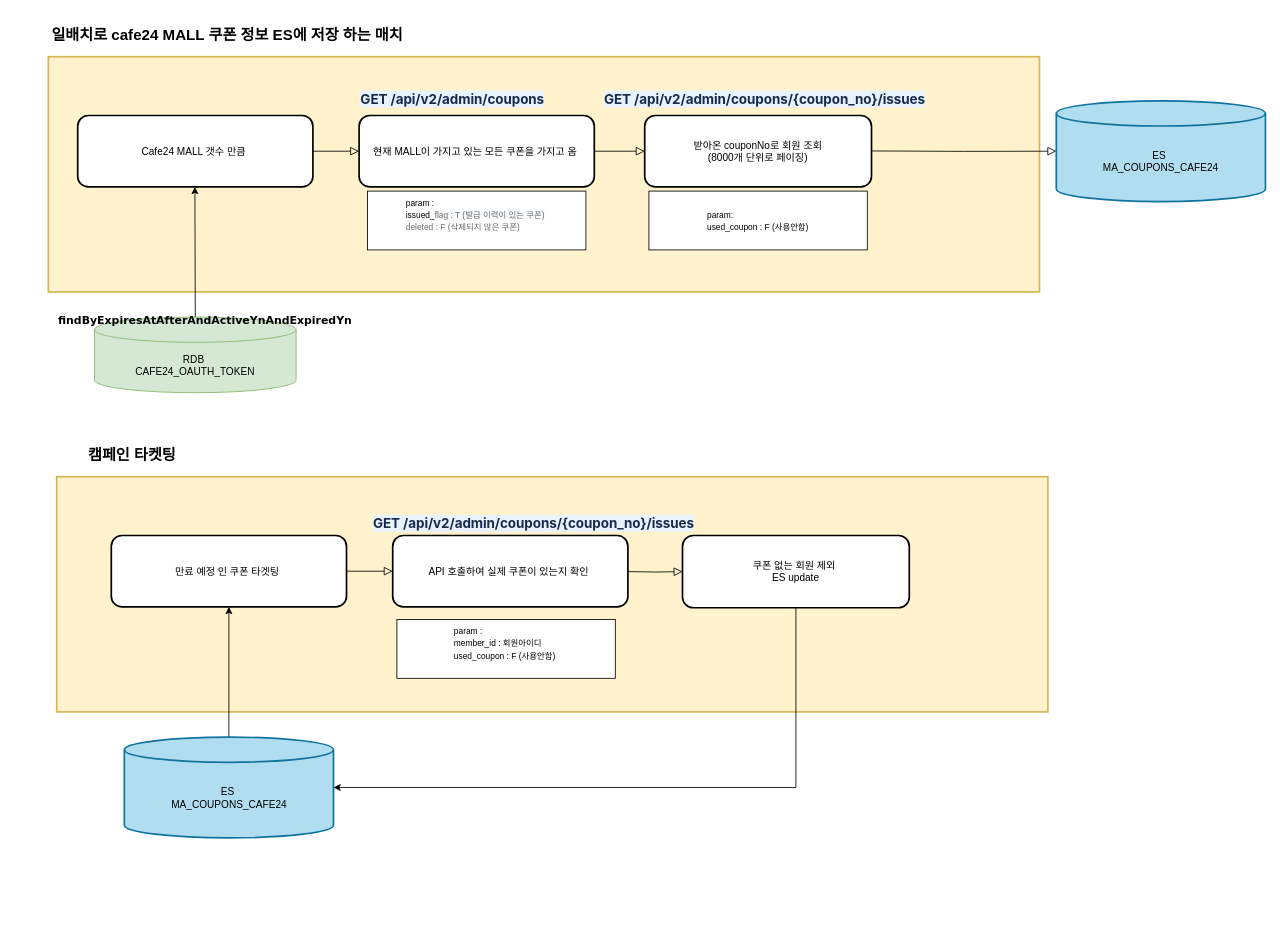
Earlier version of the draw.io diagram 쿠폰연계.drawio (jaero0725/draw_io). Source tidied: cells renumbered, new cells numbered last; positions are measured from the earlier drawing's top-left corner, leaving out a move shared by most shapes. Both pictures are drawn from the tidied source at 84%, with x=0, y=0 at pixel (14, 14).
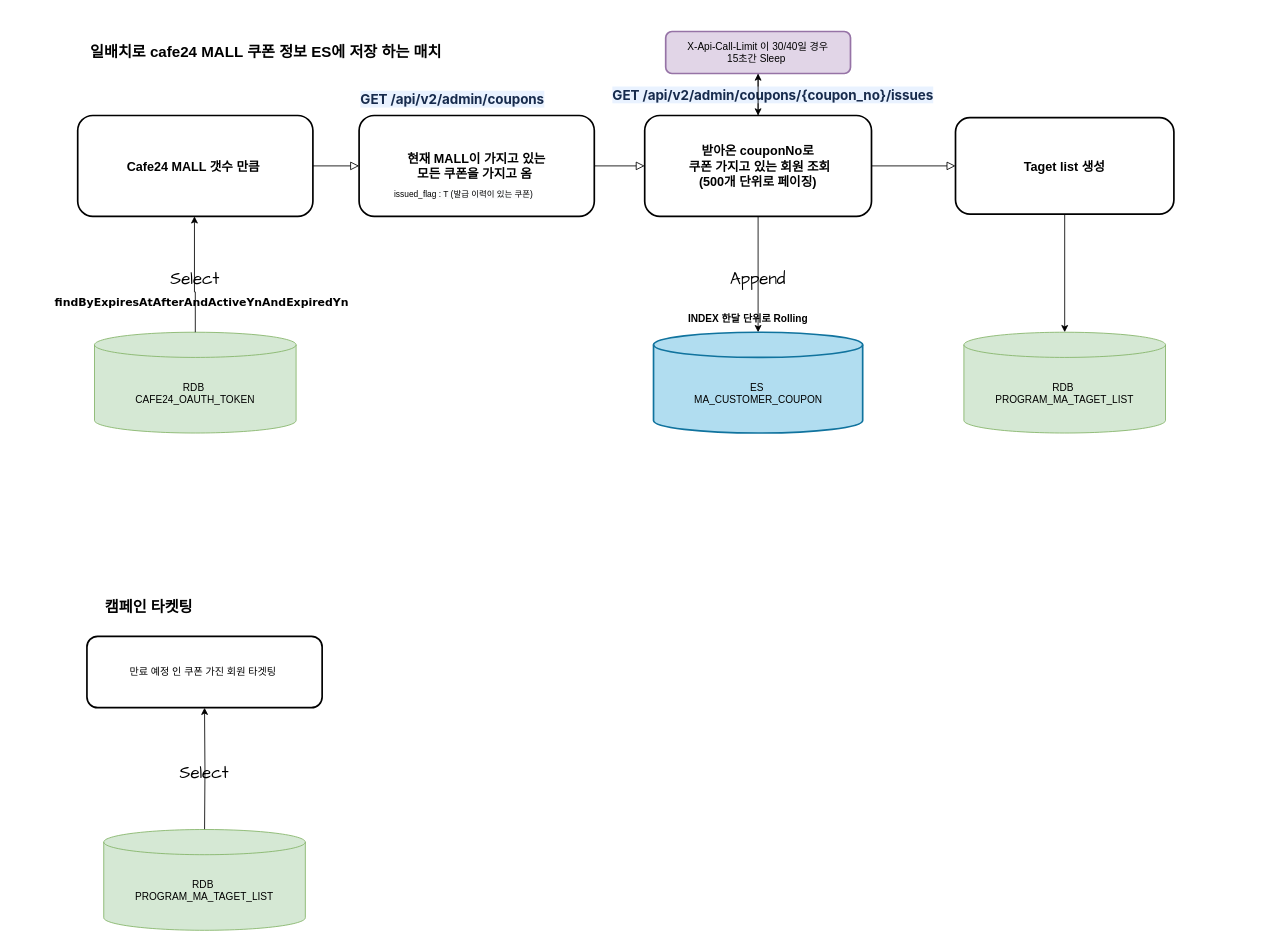
The same diagram, later.

Commit message:
쿠폰연계.drawio 업데이트

What changed in the source:
```diff
@@
-    <mxCell id="2" style="rounded=0;whiteSpace=wrap;html=1;strokeWidth=2;labelBackgroundColor=none;fillColor=#fff2cc;strokeColor=#d6b656;" parent="1" vertex="1">
-      <mxGeometry x="40" y="50" width="1180" height="280" as="geometry" />
-    </mxCell>
-    <mxCell id="3" value="&lt;div style=&quot;text-align: left;&quot;&gt;&lt;font style=&quot;font-size: 10px;&quot;&gt;&lt;span style=&quot;background-color: initial;&quot;&gt;param :&amp;nbsp;&lt;/span&gt;&lt;/font&gt;&lt;/div&gt;&lt;div style=&quot;text-align: left;&quot;&gt;&lt;font style=&quot;font-size: 10px;&quot;&gt;&lt;span style=&quot;background-color: initial;&quot;&gt;issued_&lt;/span&gt;&lt;wbr style=&quot;background-color: initial; box-sizing: border-box; color: rgb(104, 107, 109);&quot;&gt;&lt;span style=&quot;color: rgb(104, 107, 109); background-color: rgb(251, 252, 253);&quot;&gt;flag : T (발급 이력이 있는 쿠폰)&amp;nbsp;&lt;/span&gt;&lt;/font&gt;&lt;/div&gt;&lt;span style=&quot;color: rgb(104, 107, 109); background-color: rgb(251, 252, 253);&quot;&gt;&lt;div style=&quot;text-align: left;&quot;&gt;&lt;font style=&quot;font-size: 10px;&quot;&gt;deleted : F (삭제되지 않은 쿠폰)&lt;/font&gt;&lt;/div&gt;&lt;div style=&quot;text-align: left;&quot;&gt;&lt;br&gt;&lt;/div&gt;&lt;/span&gt;" style="rounded=0;whiteSpace=wrap;html=1;" parent="1" vertex="1">
-      <mxGeometry x="420" y="210" width="260" height="70" as="geometry" />
-    </mxCell>
-    <mxCell id="4" style="rounded=0;html=1;jettySize=auto;fontSize=11;endArrow=block;endFill=0;endSize=8;strokeWidth=1;shadow=0;labelBackgroundColor=none;edgeStyle=orthogonalEdgeStyle;fontColor=default;exitX=1;exitY=0.5;exitDx=0;exitDy=0;entryX=0;entryY=0.5;entryDx=0;entryDy=0;" parent="1" edge="1" source="5" target="6">
-      <mxGeometry relative="1" as="geometry" />
-    </mxCell>
+    <mxCell id="30" style="rounded=0;html=1;jettySize=auto;fontSize=11;endArrow=block;endFill=0;endSize=8;strokeWidth=1;shadow=0;labelBackgroundColor=none;edgeStyle=orthogonalEdgeStyle;fontColor=default;exitX=1;exitY=0.5;exitDx=0;exitDy=0;entryX=0;entryY=0.5;entryDx=0;entryDy=0;" parent="1" edge="1" source="5" target="32">
+      <mxGeometry relative="1" as="geometry" />
+    </mxCell>
-    <mxCell id="5" value="현재 MALL이 가지고 있는 모든 쿠폰을 가지고 옴&amp;nbsp;" style="rounded=1;whiteSpace=wrap;html=1;fontSize=12;glass=0;strokeWidth=2;shadow=0;labelBackgroundColor=none;" parent="1" vertex="1">
-      <mxGeometry x="410" y="120" width="280" height="85" as="geometry" />
+    <mxCell id="5" value="&lt;b style=&quot;font-size: 15px;&quot;&gt;현재 MALL이 가지고 있는 &lt;br style=&quot;font-size: 15px;&quot;&gt;모든 쿠폰을 가지고 옴&amp;nbsp;&lt;/b&gt;" style="rounded=1;whiteSpace=wrap;html=1;fontSize=15;glass=0;strokeWidth=2;shadow=0;labelBackgroundColor=none;" parent="1" vertex="1">
+      <mxGeometry x="410" y="120" width="280" height="120" as="geometry" />
     </mxCell>
-    <mxCell id="6" value="받아온 couponNo로 회원 조회&lt;br&gt;&amp;nbsp;(8000개 단위로 페이징)&amp;nbsp;" style="rounded=1;whiteSpace=wrap;html=1;fontSize=12;glass=0;strokeWidth=2;shadow=0;labelBackgroundColor=none;" parent="1" vertex="1">
-      <mxGeometry x="750" y="120" width="270" height="85" as="geometry" />
-    </mxCell>
-    <mxCell id="7" value="&lt;strong style=&quot;color: rgb(23, 43, 77); font-family: -apple-system, BlinkMacSystemFont, &amp;quot;Segoe UI&amp;quot;, Roboto, Oxygen, Ubuntu, &amp;quot;Fira Sans&amp;quot;, &amp;quot;Droid Sans&amp;quot;, &amp;quot;Helvetica Neue&amp;quot;, sans-serif; font-size: 16px; font-style: normal; font-variant-ligatures: normal; font-variant-caps: normal; letter-spacing: -0.08px; orphans: 2; text-align: start; text-indent: 0px; text-transform: none; widows: 2; word-spacing: 0px; -webkit-text-stroke-width: 0px; background-color: rgb(233, 242, 255); text-decoration-thickness: initial; text-decoration-style: initial; text-decoration-color: initial;&quot;&gt;GET /api/v2/admin/coupons/{coupon_no}/issues&lt;/strong&gt;" style="text;whiteSpace=wrap;html=1;" parent="1" vertex="1">
-      <mxGeometry x="700" y="85" width="400" height="50" as="geometry" />
-    </mxCell>
+    <mxCell id="31" style="edgeStyle=orthogonalEdgeStyle;rounded=0;jettySize=auto;html=1;" parent="1" edge="1" source="32" target="49">
+      <mxGeometry relative="1" as="geometry" />
+    </mxCell>
+    <mxCell id="32" value="&lt;b style=&quot;font-size: 15px;&quot;&gt;받아온 couponNo로&lt;br style=&quot;font-size: 15px;&quot;&gt;&amp;nbsp;쿠폰 가지고 있는 회원 조회&lt;br style=&quot;font-size: 15px;&quot;&gt;&amp;nbsp;(500개 단위로 페이징)&amp;nbsp;&lt;/b&gt;" style="rounded=1;whiteSpace=wrap;html=1;fontSize=15;glass=0;strokeWidth=2;shadow=0;labelBackgroundColor=none;" parent="1" vertex="1">
+      <mxGeometry x="750" y="120" width="270" height="120" as="geometry" />
+    </mxCell>
+    <mxCell id="33" value="&lt;strong style=&quot;color: rgb(23, 43, 77); font-family: -apple-system, BlinkMacSystemFont, &amp;quot;Segoe UI&amp;quot;, Roboto, Oxygen, Ubuntu, &amp;quot;Fira Sans&amp;quot;, &amp;quot;Droid Sans&amp;quot;, &amp;quot;Helvetica Neue&amp;quot;, sans-serif; font-size: 16px; font-style: normal; font-variant-ligatures: normal; font-variant-caps: normal; letter-spacing: -0.08px; orphans: 2; text-align: start; text-indent: 0px; text-transform: none; widows: 2; word-spacing: 0px; -webkit-text-stroke-width: 0px; background-color: rgb(233, 242, 255); text-decoration-thickness: initial; text-decoration-style: initial; text-decoration-color: initial;&quot;&gt;GET /api/v2/admin/coupons/{coupon_no}/issues&lt;/strong&gt;" style="text;whiteSpace=wrap;html=1;" parent="1" vertex="1">
+      <mxGeometry x="710" y="80" width="400" height="50" as="geometry" />
+    </mxCell>
@@
-    <mxCell id="9" value="&lt;div style=&quot;text-align: left;&quot;&gt;&lt;span style=&quot;font-size: 10px;&quot;&gt;param:&lt;/span&gt;&lt;/div&gt;&lt;div style=&quot;text-align: left;&quot;&gt;&lt;span style=&quot;font-size: 10px;&quot;&gt;used_coupon : F (사용안함)&lt;/span&gt;&lt;/div&gt;" style="rounded=0;whiteSpace=wrap;html=1;" parent="1" vertex="1">
-      <mxGeometry x="755" y="210" width="260" height="70" as="geometry" />
-    </mxCell>
-    <mxCell id="10" value="ES&amp;nbsp;&lt;br&gt;MA_COUPONS_CAFE24" style="shape=cylinder3;whiteSpace=wrap;html=1;boundedLbl=1;backgroundOutline=1;size=15;strokeWidth=2;labelBackgroundColor=none;fillColor=#b1ddf0;strokeColor=#10739e;" parent="1" vertex="1">
-      <mxGeometry x="1240" y="102.5" width="249" height="120" as="geometry" />
-    </mxCell>
+    <mxCell id="34" value="ES&amp;nbsp;&lt;br&gt;MA_CUSTOMER_COUPON" style="shape=cylinder3;whiteSpace=wrap;html=1;boundedLbl=1;backgroundOutline=1;size=15;strokeWidth=2;labelBackgroundColor=none;fillColor=#b1ddf0;strokeColor=#10739e;" parent="1" vertex="1">
+      <mxGeometry x="760.5" y="378" width="249" height="120" as="geometry" />
+    </mxCell>
-    <mxCell id="11" value="Cafe24 MALL 갯수 만큼&amp;nbsp;" style="rounded=1;whiteSpace=wrap;html=1;fontSize=12;glass=0;strokeWidth=2;shadow=0;labelBackgroundColor=none;" parent="1" vertex="1">
-      <mxGeometry x="75" y="120" width="280" height="85" as="geometry" />
+    <mxCell id="11" value="&lt;b style=&quot;font-size: 15px;&quot;&gt;Cafe24 MALL 갯수 만큼&amp;nbsp;&lt;/b&gt;" style="rounded=1;whiteSpace=wrap;html=1;fontSize=15;glass=0;strokeWidth=2;shadow=0;labelBackgroundColor=none;" parent="1" vertex="1">
+      <mxGeometry x="75" y="120" width="280" height="120" as="geometry" />
     </mxCell>
@@
-    <mxCell id="13" style="rounded=0;html=1;jettySize=auto;fontSize=11;endArrow=block;endFill=0;endSize=8;strokeWidth=1;shadow=0;labelBackgroundColor=none;edgeStyle=orthogonalEdgeStyle;fontColor=default;exitX=1;exitY=0.5;exitDx=0;exitDy=0;entryX=0;entryY=0.5;entryDx=0;entryDy=0;entryPerimeter=0;" parent="1" edge="1" target="10">
-      <mxGeometry relative="1" as="geometry">
-        <mxPoint x="1020" y="162.2" as="sourcePoint" />
-      </mxGeometry>
-    </mxCell>
     <mxCell id="14" value="&lt;b&gt;&lt;font style=&quot;font-size: 18px;&quot;&gt;일배치로 cafe24 MALL 쿠폰 정보 ES에 저장 하는 매치&lt;/font&gt;&amp;nbsp;&lt;/b&gt;" style="text;strokeColor=none;align=center;fillColor=none;html=1;verticalAlign=middle;whiteSpace=wrap;rounded=0;" parent="1" vertex="1">
-      <mxGeometry width="510" height="50" as="geometry" />
+      <mxGeometry x="46" y="20" width="510" height="50" as="geometry" />
     </mxCell>
     <mxCell id="15" value="&lt;span style=&quot;font-size: 18px;&quot;&gt;&lt;b&gt;캠페인 타켓팅&lt;br&gt;&lt;/b&gt;&lt;/span&gt;" style="text;strokeColor=none;align=center;fillColor=none;html=1;verticalAlign=middle;whiteSpace=wrap;rounded=0;" parent="1" vertex="1">
-      <mxGeometry x="40" y="500" width="200" height="50" as="geometry" />
+      <mxGeometry x="60" y="680" width="200" height="50" as="geometry" />
     </mxCell>
-    <mxCell id="16" style="rounded=0;whiteSpace=wrap;html=1;strokeWidth=2;labelBackgroundColor=none;fillColor=#fff2cc;strokeColor=#d6b656;" parent="1" vertex="1">
-      <mxGeometry x="50" y="550" width="1180" height="280" as="geometry" />
-    </mxCell>
-    <mxCell id="17" style="edgeStyle=orthogonalEdgeStyle;rounded=0;jettySize=auto;html=1;entryX=0.5;entryY=1;entryDx=0;entryDy=0;" parent="1" edge="1" source="18" target="19">
-      <mxGeometry relative="1" as="geometry" />
-    </mxCell>
-    <mxCell id="18" value="ES&amp;nbsp;&lt;br&gt;MA_COUPONS_CAFE24" style="shape=cylinder3;whiteSpace=wrap;html=1;boundedLbl=1;backgroundOutline=1;size=15;strokeWidth=2;labelBackgroundColor=none;fillColor=#b1ddf0;strokeColor=#10739e;" parent="1" vertex="1">
-      <mxGeometry x="130.5" y="860" width="249" height="120" as="geometry" />
-    </mxCell>
-    <mxCell id="19" value="만료 예정 인 쿠폰 타겟팅&amp;nbsp;" style="rounded=1;whiteSpace=wrap;html=1;fontSize=12;glass=0;strokeWidth=2;shadow=0;labelBackgroundColor=none;" parent="1" vertex="1">
-      <mxGeometry x="115" y="620" width="280" height="85" as="geometry" />
-    </mxCell>
-    <mxCell id="20" value="API 호출하여 실제 쿠폰이 있는지 확인&amp;nbsp;" style="rounded=1;whiteSpace=wrap;html=1;fontSize=12;glass=0;strokeWidth=2;shadow=0;labelBackgroundColor=none;" parent="1" vertex="1">
-      <mxGeometry x="450" y="620" width="280" height="85" as="geometry" />
-    </mxCell>
-    <mxCell id="21" style="rounded=0;html=1;jettySize=auto;fontSize=11;endArrow=block;endFill=0;endSize=8;strokeWidth=1;shadow=0;labelBackgroundColor=none;edgeStyle=orthogonalEdgeStyle;fontColor=default;exitX=1;exitY=0.5;exitDx=0;exitDy=0;entryX=0;entryY=0.5;entryDx=0;entryDy=0;" parent="1" edge="1" source="19" target="20">
-      <mxGeometry relative="1" as="geometry" />
-    </mxCell>
-    <mxCell id="22" value="&lt;div style=&quot;text-align: left;&quot;&gt;&lt;font style=&quot;font-size: 10px;&quot;&gt;&lt;span style=&quot;background-color: initial;&quot;&gt;param :&amp;nbsp;&lt;/span&gt;&lt;/font&gt;&lt;/div&gt;&lt;div style=&quot;text-align: left;&quot;&gt;&lt;span style=&quot;font-size: 10px;&quot;&gt;member_id : 회원아이디&lt;/span&gt;&lt;/div&gt;&lt;div style=&quot;text-align: left;&quot;&gt;&lt;span style=&quot;font-size: 10px;&quot;&gt;used_coupon : F (사용안함)&amp;nbsp;&lt;/span&gt;&lt;/div&gt;&lt;span style=&quot;color: rgb(104, 107, 109); background-color: rgb(251, 252, 253);&quot;&gt;&lt;div style=&quot;text-align: left;&quot;&gt;&lt;br&gt;&lt;/div&gt;&lt;/span&gt;" style="rounded=0;whiteSpace=wrap;html=1;" parent="1" vertex="1">
-      <mxGeometry x="455" y="720" width="260" height="70" as="geometry" />
-    </mxCell>
-    <mxCell id="23" value="&lt;strong style=&quot;color: rgb(23, 43, 77); font-family: -apple-system, BlinkMacSystemFont, &amp;quot;Segoe UI&amp;quot;, Roboto, Oxygen, Ubuntu, &amp;quot;Fira Sans&amp;quot;, &amp;quot;Droid Sans&amp;quot;, &amp;quot;Helvetica Neue&amp;quot;, sans-serif; font-size: 16px; font-style: normal; font-variant-ligatures: normal; font-variant-caps: normal; letter-spacing: -0.08px; orphans: 2; text-align: start; text-indent: 0px; text-transform: none; widows: 2; word-spacing: 0px; -webkit-text-stroke-width: 0px; background-color: rgb(233, 242, 255); text-decoration-thickness: initial; text-decoration-style: initial; text-decoration-color: initial;&quot;&gt;GET /api/v2/admin/coupons/{coupon_no}/issues&lt;/strong&gt;" style="text;whiteSpace=wrap;html=1;" parent="1" vertex="1">
-      <mxGeometry x="425" y="590" width="400" height="50" as="geometry" />
-    </mxCell>
-    <mxCell id="24" style="rounded=0;html=1;jettySize=auto;fontSize=11;endArrow=block;endFill=0;endSize=8;strokeWidth=1;shadow=0;labelBackgroundColor=none;edgeStyle=orthogonalEdgeStyle;fontColor=default;exitX=1;exitY=0.5;exitDx=0;exitDy=0;entryX=0;entryY=0.5;entryDx=0;entryDy=0;" parent="1" edge="1" target="25">
-      <mxGeometry relative="1" as="geometry">
-        <mxPoint x="730" y="663" as="sourcePoint" />
-      </mxGeometry>
-    </mxCell>
-    <mxCell id="25" value="쿠폰 없는 회원 제외&amp;nbsp;&lt;br&gt;ES update" style="rounded=1;whiteSpace=wrap;html=1;fontSize=12;glass=0;strokeWidth=2;shadow=0;labelBackgroundColor=none;" parent="1" vertex="1">
-      <mxGeometry x="795" y="620" width="270" height="86" as="geometry" />
-    </mxCell>
-    <mxCell id="26" style="endArrow=classic;html=1;rounded=0;exitX=0.5;exitY=1;exitDx=0;exitDy=0;entryX=1;entryY=0.5;entryDx=0;entryDy=0;entryPerimeter=0;" parent="1" edge="1" source="25" target="18">
-      <mxGeometry relative="1" as="geometry">
-        <Array as="points">
-          <mxPoint x="930" y="920" />
-        </Array>
-      </mxGeometry>
-    </mxCell>
+    <mxCell id="35" style="edgeStyle=orthogonalEdgeStyle;rounded=0;jettySize=auto;html=1;entryX=0.5;entryY=1;entryDx=0;entryDy=0;" parent="1" edge="1" target="36">
+      <mxGeometry relative="1" as="geometry">
+        <mxPoint x="226" y="976" as="sourcePoint" />
+      </mxGeometry>
+    </mxCell>
+    <mxCell id="36" value="만료 예정 인 쿠폰 가진 회원 타겟팅&amp;nbsp;" style="rounded=1;whiteSpace=wrap;html=1;fontSize=12;glass=0;strokeWidth=2;shadow=0;labelBackgroundColor=none;" parent="1" vertex="1">
+      <mxGeometry x="86" y="740" width="280" height="85" as="geometry" />
+    </mxCell>
     <mxCell id="27" value="RDB&amp;nbsp;&lt;br&gt;CAFE24_OAUTH_TOKEN" style="shape=cylinder3;whiteSpace=wrap;html=1;boundedLbl=1;backgroundOutline=1;size=15;fillColor=#d5e8d4;strokeColor=#82b366;" parent="1" vertex="1">
-      <mxGeometry x="95" y="360" width="240" height="90" as="geometry" />
+      <mxGeometry x="95" y="378" width="240" height="120" as="geometry" />
     </mxCell>
-    <mxCell id="28" style="edgeStyle=orthogonalEdgeStyle;rounded=0;jettySize=auto;html=1;entryX=0.5;entryY=1;entryDx=0;entryDy=0;exitX=0.5;exitY=0;exitDx=0;exitDy=0;exitPerimeter=0;" parent="1" edge="1" source="27">
-      <mxGeometry relative="1" as="geometry">
-        <mxPoint x="214.5" y="205" as="targetPoint" />
-      </mxGeometry>
-    </mxCell>
+    <mxCell id="37" style="edgeStyle=orthogonalEdgeStyle;rounded=0;jettySize=auto;html=1;exitX=0.5;exitY=0;exitDx=0;exitDy=0;exitPerimeter=0;" parent="1" edge="1" source="27">
+      <mxGeometry relative="1" as="geometry">
+        <mxPoint x="214" y="240" as="targetPoint" />
+        <Array as="points">
+          <mxPoint x="215" y="330" />
+        </Array>
+      </mxGeometry>
+    </mxCell>
     <mxCell id="29" value="&lt;div style=&quot;font-size: 13px;&quot;&gt;&lt;span style=&quot;font-size: 13px;&quot;&gt;findByExpiresAtAfterAndActiveYnAndExpiredYn&lt;/span&gt;&lt;/div&gt;" style="text;whiteSpace=wrap;html=1;fontStyle=1;fontSize=13;fontFamily=Verdana;labelBackgroundColor=none;" parent="1" vertex="1">
-      <mxGeometry x="50" y="350" width="320" height="40" as="geometry" />
+      <mxGeometry x="46" y="328" width="320" height="40" as="geometry" />
     </mxCell>
+    <mxCell id="38" value="Append" style="whiteSpace=wrap;html=1;sketch=1;hachureGap=4;jiggle=2;curveFitting=1;fontFamily=Architects Daughter;fontSize=20;strokeColor=none;fillColor=none;" parent="1" vertex="1">
+      <mxGeometry x="793" y="300" width="184" height="28" as="geometry" />
+    </mxCell>
+    <mxCell id="39" value="Select" style="whiteSpace=wrap;html=1;sketch=1;hachureGap=4;jiggle=2;curveFitting=1;fontFamily=Architects Daughter;fontSize=20;strokeColor=none;fillColor=none;" parent="1" vertex="1">
+      <mxGeometry x="155" y="300" width="120" height="28" as="geometry" />
+    </mxCell>
+    <mxCell id="40" value="Select" style="whiteSpace=wrap;html=1;sketch=1;hachureGap=4;jiggle=2;curveFitting=1;fontFamily=Architects Daughter;fontSize=20;strokeColor=none;fillColor=none;" parent="1" vertex="1">
+      <mxGeometry x="166" y="888" width="120" height="28" as="geometry" />
+    </mxCell>
+    <mxCell id="41" value="&lt;span style=&quot;border-color: var(--border-color); color: rgb(0, 0, 0); font-family: Helvetica; font-style: normal; font-variant-ligatures: normal; font-variant-caps: normal; font-weight: 400; letter-spacing: normal; orphans: 2; text-align: left; text-indent: 0px; text-transform: none; widows: 2; word-spacing: 0px; -webkit-text-stroke-width: 0px; background-color: initial; text-decoration-thickness: initial; text-decoration-style: initial; text-decoration-color: initial; font-size: 10px;&quot;&gt;issued_&lt;/span&gt;&lt;wbr style=&quot;border-color: var(--border-color); color: rgb(0, 0, 0); font-family: Helvetica; font-style: normal; font-variant-ligatures: normal; font-variant-caps: normal; font-weight: 400; letter-spacing: normal; orphans: 2; text-align: left; text-indent: 0px; text-transform: none; widows: 2; word-spacing: 0px; -webkit-text-stroke-width: 0px; background-color: initial; text-decoration-thickness: initial; text-decoration-style: initial; text-decoration-color: initial; font-size: 10px; box-sizing: border-box;&quot;&gt;&lt;span style=&quot;border-color: var(--border-color); color: rgb(0, 0, 0); font-family: Helvetica; font-style: normal; font-variant-ligatures: normal; font-variant-caps: normal; font-weight: 400; letter-spacing: normal; orphans: 2; text-align: left; text-indent: 0px; text-transform: none; widows: 2; word-spacing: 0px; -webkit-text-stroke-width: 0px; text-decoration-thickness: initial; text-decoration-style: initial; text-decoration-color: initial; font-size: 10px; background-color: rgb(251, 252, 253);&quot;&gt;flag : T (발급 이력이 있는 쿠폰)&lt;/span&gt;" style="text;whiteSpace=wrap;html=1;" parent="1" vertex="1">
+      <mxGeometry x="450" y="200" width="200" height="40" as="geometry" />
+    </mxCell>
+    <mxCell id="42" style="edgeStyle=orthogonalEdgeStyle;rounded=0;jettySize=auto;html=1;entryX=0.5;entryY=0;entryDx=0;entryDy=0;exitX=0.5;exitY=1;exitDx=0;exitDy=0;entryPerimeter=0;" parent="1" edge="1" source="32" target="34">
+      <mxGeometry relative="1" as="geometry" />
+    </mxCell>
+    <mxCell id="43" value="&lt;font style=&quot;font-size: 12px;&quot;&gt;&lt;b&gt;INDEX 한달 단위로 Rolling&amp;nbsp;&lt;/b&gt;&lt;/font&gt;" style="text;whiteSpace=wrap;html=1;" parent="1" vertex="1">
+      <mxGeometry x="800" y="348" width="200" height="40" as="geometry" />
+    </mxCell>
+    <mxCell id="44" value="&lt;b&gt;Taget list 생성&lt;/b&gt;" style="whiteSpace=wrap;html=1;rounded=1;glass=0;strokeWidth=2;shadow=0;labelBackgroundColor=none;fontSize=15;" parent="1" vertex="1">
+      <mxGeometry x="1120" y="122.5" width="260" height="115" as="geometry" />
+    </mxCell>
+    <mxCell id="45" value="RDB&amp;nbsp;&lt;br&gt;PROGRAM_MA_TAGET_LIST" style="shape=cylinder3;whiteSpace=wrap;html=1;boundedLbl=1;backgroundOutline=1;size=15;fillColor=#d5e8d4;strokeColor=#82b366;" parent="1" vertex="1">
+      <mxGeometry x="1130" y="378" width="240" height="120" as="geometry" />
+    </mxCell>
+    <mxCell id="46" style="edgeStyle=orthogonalEdgeStyle;rounded=0;jettySize=auto;html=1;entryX=0.5;entryY=0;entryDx=0;entryDy=0;entryPerimeter=0;exitX=0.5;exitY=1;exitDx=0;exitDy=0;" parent="1" edge="1" source="44" target="45">
+      <mxGeometry relative="1" as="geometry" />
+    </mxCell>
+    <mxCell id="47" style="rounded=0;html=1;jettySize=auto;fontSize=11;endArrow=block;endFill=0;endSize=8;strokeWidth=1;shadow=0;labelBackgroundColor=none;edgeStyle=orthogonalEdgeStyle;fontColor=default;exitX=1;exitY=0.5;exitDx=0;exitDy=0;entryX=0;entryY=0.5;entryDx=0;entryDy=0;" parent="1" edge="1" source="32" target="44">
+      <mxGeometry relative="1" as="geometry" />
+    </mxCell>
+    <mxCell id="48" style="edgeStyle=orthogonalEdgeStyle;rounded=0;jettySize=auto;html=1;" parent="1" edge="1" source="49" target="32">
+      <mxGeometry relative="1" as="geometry" />
+    </mxCell>
+    <mxCell id="49" value="X-Api-Call-Limit 이 30/40일 경우&lt;br&gt;15초간 Sleep&amp;nbsp;" style="whiteSpace=wrap;html=1;rounded=1;glass=0;strokeWidth=2;shadow=0;labelBackgroundColor=none;fillColor=#e1d5e7;strokeColor=#9673a6;" parent="1" vertex="1">
+      <mxGeometry x="775" y="20" width="220" height="50" as="geometry" />
+    </mxCell>
+    <mxCell id="50" value="RDB&amp;nbsp;&lt;br&gt;PROGRAM_MA_TAGET_LIST" style="shape=cylinder3;whiteSpace=wrap;html=1;boundedLbl=1;backgroundOutline=1;size=15;fillColor=#d5e8d4;strokeColor=#82b366;" parent="1" vertex="1">
+      <mxGeometry x="106" y="970" width="240" height="120" as="geometry" />
+    </mxCell>
```
